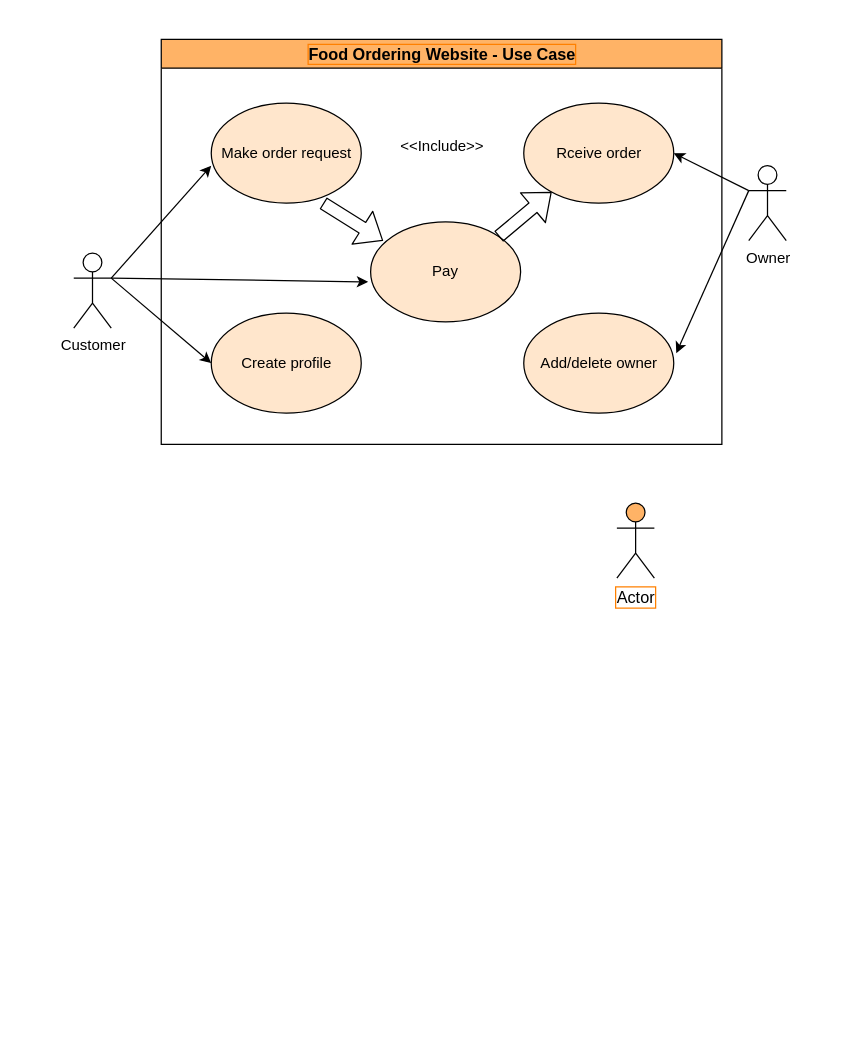
This is diagrams/Use Case diagram.drawio from Deep12345qe/Restauraunt-Website, a draw.io file, before an edit. Source tidied: cells renumbered, new cells numbered last; positions are measured from the earlier drawing's top-left corner, leaving out a move shared by most shapes. Both pictures are drawn from the tidied source at 125%, with x=0, y=0 at pixel (72, 39).
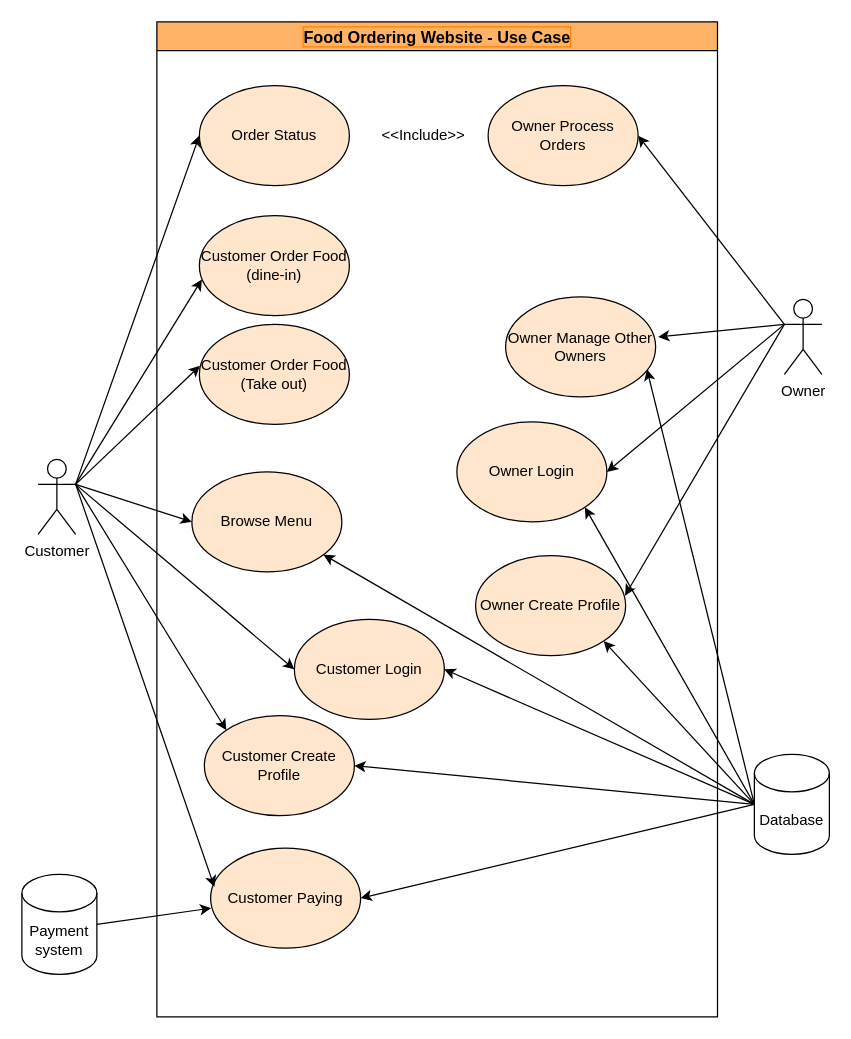
Above is the later version.

Diff of the diagram source:
```diff
@@
     <mxCell id="2" value="Customer" style="shape=umlActor;verticalLabelPosition=bottom;verticalAlign=top;outlineConnect=0;html=1;rounded=0;" parent="1" vertex="1">
-      <mxGeometry x="0.5" y="171" width="30" height="60" as="geometry" />
+      <mxGeometry x="-28" y="336" width="30" height="60" as="geometry" />
     </mxCell>
-    <mxCell id="3" value="Make order request" style="ellipse;whiteSpace=wrap;html=1;labelBackgroundColor=none;rounded=0;fillColor=#ffe6cc;strokeColor=default;" parent="1" vertex="1">
-      <mxGeometry x="110.5" y="51" width="120" height="80" as="geometry" />
-    </mxCell>
-    <mxCell id="4" value="Pay" style="ellipse;whiteSpace=wrap;html=1;labelBackgroundColor=none;rounded=0;fillColor=#ffe6cc;strokeColor=default;" parent="1" vertex="1">
-      <mxGeometry x="238" y="146" width="120" height="80" as="geometry" />
-    </mxCell>
-    <mxCell id="5" value="Create profile" style="ellipse;whiteSpace=wrap;html=1;labelBackgroundColor=none;rounded=0;fillColor=#ffe6cc;strokeColor=default;" parent="1" vertex="1">
-      <mxGeometry x="110.5" y="219" width="120" height="80" as="geometry" />
-    </mxCell>
-    <mxCell id="6" value="Rceive order" style="ellipse;whiteSpace=wrap;html=1;labelBackgroundColor=none;rounded=0;fillColor=#ffe6cc;strokeColor=default;" parent="1" vertex="1">
-      <mxGeometry x="360.5" y="51" width="120" height="80" as="geometry" />
-    </mxCell>
-    <mxCell id="7" value="Add/delete owner" style="ellipse;whiteSpace=wrap;html=1;labelBackgroundColor=none;rounded=0;fillColor=#ffe6cc;strokeColor=default;" parent="1" vertex="1">
-      <mxGeometry x="360.5" y="219" width="120" height="80" as="geometry" />
-    </mxCell>
     <mxCell id="8" value="Owner" style="shape=umlActor;verticalLabelPosition=bottom;verticalAlign=top;html=1;outlineConnect=0;rounded=0;" parent="1" vertex="1">
-      <mxGeometry x="540.5" y="101" width="30" height="60" as="geometry" />
+      <mxGeometry x="569" y="208" width="30" height="60" as="geometry" />
     </mxCell>
-    <mxCell id="9" style="endArrow=classic;html=1;rounded=0;exitX=1;exitY=0.3333333333333333;exitDx=0;exitDy=0;exitPerimeter=0;entryX=0;entryY=0.625;entryDx=0;entryDy=0;entryPerimeter=0;fontColor=#FF9933;" parent="1" edge="1" source="2" target="3">
+    <mxCell id="9" style="endArrow=classic;html=1;rounded=0;exitX=1;exitY=0.3333333333333333;exitDx=0;exitDy=0;exitPerimeter=0;entryX=0.017;entryY=0.638;entryDx=0;entryDy=0;fontColor=#FF9933;entryPerimeter=0;" parent="1" edge="1" source="2" target="3">
       <mxGeometry relative="1" as="geometry" />
     </mxCell>
-    <mxCell id="10" style="endArrow=classic;html=1;rounded=0;exitX=1;exitY=0.3333333333333333;exitDx=0;exitDy=0;exitPerimeter=0;entryX=-0.017;entryY=0.6;entryDx=0;entryDy=0;entryPerimeter=0;fontColor=#FF9933;" parent="1" edge="1" source="2" target="4">
+    <mxCell id="10" style="endArrow=classic;html=1;rounded=0;exitX=1;exitY=0.3333333333333333;exitDx=0;exitDy=0;exitPerimeter=0;entryX=0.004;entryY=0.413;entryDx=0;entryDy=0;fontColor=#FF9933;entryPerimeter=0;" parent="1" edge="1" source="2" target="4">
       <mxGeometry relative="1" as="geometry" />
     </mxCell>
-    <mxCell id="11" style="endArrow=classic;html=1;rounded=0;entryX=0;entryY=0.5;entryDx=0;entryDy=0;fontColor=#FF9933;exitX=1;exitY=0.3333333333333333;exitDx=0;exitDy=0;exitPerimeter=0;" parent="1" edge="1" source="2" target="5">
+    <mxCell id="11" style="endArrow=classic;html=1;rounded=0;entryX=0;entryY=0;entryDx=0;entryDy=0;fontColor=#FF9933;exitX=1;exitY=0.3333333333333333;exitDx=0;exitDy=0;exitPerimeter=0;" parent="1" edge="1" source="2" target="5">
       <mxGeometry relative="1" as="geometry" />
     </mxCell>
@@
+    <mxCell id="17" value="Food Ordering Website - Use Case" style="swimlane;labelBackgroundColor=none;labelBorderColor=#FF8000;strokeColor=default;fontSize=13;fontColor=#000000;fillColor=#FFB366;html=1;" parent="1" vertex="1">
+      <mxGeometry x="67" y="-14" width="448.5" height="796" as="geometry" />
+    </mxCell>
+    <mxCell id="4" value="Customer Order Food (Take out)" style="ellipse;whiteSpace=wrap;html=1;labelBackgroundColor=none;rounded=0;fillColor=#ffe6cc;strokeColor=default;" parent="17" vertex="1">
+      <mxGeometry x="34" y="242" width="120" height="80" as="geometry" />
+    </mxCell>
+    <mxCell id="3" value="Customer Order Food (dine-in)" style="ellipse;whiteSpace=wrap;html=1;labelBackgroundColor=none;rounded=0;fillColor=#ffe6cc;strokeColor=default;" parent="17" vertex="1">
+      <mxGeometry x="34" y="155" width="120" height="80" as="geometry" />
+    </mxCell>
+    <mxCell id="5" value="Customer Create Profile" style="ellipse;whiteSpace=wrap;html=1;labelBackgroundColor=none;rounded=0;fillColor=#ffe6cc;strokeColor=default;" parent="17" vertex="1">
+      <mxGeometry x="38" y="555" width="120" height="80" as="geometry" />
+    </mxCell>
+    <mxCell id="19" value="Customer Login" style="ellipse;whiteSpace=wrap;html=1;labelBackgroundColor=none;rounded=0;fillColor=#ffe6cc;strokeColor=default;" parent="17" vertex="1">
+      <mxGeometry x="110" y="478" width="120" height="80" as="geometry" />
+    </mxCell>
+    <mxCell id="20" value="Customer Paying" style="ellipse;whiteSpace=wrap;html=1;labelBackgroundColor=none;rounded=0;fillColor=#ffe6cc;strokeColor=default;" parent="17" vertex="1">
+      <mxGeometry x="43" y="661" width="120" height="80" as="geometry" />
+    </mxCell>
+    <mxCell id="21" value="Owner Login" style="ellipse;whiteSpace=wrap;html=1;labelBackgroundColor=none;rounded=0;fillColor=#ffe6cc;strokeColor=default;" parent="17" vertex="1">
+      <mxGeometry x="240" y="320" width="120" height="80" as="geometry" />
+    </mxCell>
+    <mxCell id="22" value="Owner Create Profile" style="ellipse;whiteSpace=wrap;html=1;labelBackgroundColor=none;rounded=0;fillColor=#ffe6cc;strokeColor=default;" parent="17" vertex="1">
+      <mxGeometry x="255" y="427" width="120" height="80" as="geometry" />
+    </mxCell>
+    <mxCell id="7" value="Owner Manage Other Owners" style="ellipse;whiteSpace=wrap;html=1;labelBackgroundColor=none;rounded=0;fillColor=#ffe6cc;strokeColor=default;" parent="17" vertex="1">
+      <mxGeometry x="279" y="220" width="120" height="80" as="geometry" />
+    </mxCell>
+    <mxCell id="6" value="Owner Process Orders" style="ellipse;whiteSpace=wrap;html=1;labelBackgroundColor=none;rounded=0;fillColor=#ffe6cc;strokeColor=default;" parent="17" vertex="1">
+      <mxGeometry x="265" y="51" width="120" height="80" as="geometry" />
+    </mxCell>
+    <mxCell id="23" value="Order Status" style="ellipse;whiteSpace=wrap;html=1;labelBackgroundColor=none;rounded=0;fillColor=#ffe6cc;strokeColor=default;" parent="17" vertex="1">
+      <mxGeometry x="34" y="51" width="120" height="80" as="geometry" />
+    </mxCell>
+    <mxCell id="24" value="Browse Menu" style="ellipse;whiteSpace=wrap;html=1;labelBackgroundColor=none;rounded=0;fillColor=#ffe6cc;strokeColor=default;" parent="17" vertex="1">
+      <mxGeometry x="28" y="360" width="120" height="80" as="geometry" />
+    </mxCell>
-    <mxCell id="14" value="&amp;lt;&amp;lt;Include&amp;gt;&amp;gt;" style="text;html=1;align=center;verticalAlign=middle;strokeColor=none;fillColor=none;rounded=0;" parent="1" vertex="1">
-      <mxGeometry x="250" y="71" width="90" height="30" as="geometry" />
+    <mxCell id="14" value="&amp;lt;&amp;lt;Include&amp;gt;&amp;gt;" style="text;html=1;align=center;verticalAlign=middle;strokeColor=none;fillColor=none;rounded=0;" parent="17" vertex="1">
+      <mxGeometry x="168" y="76" width="90" height="30" as="geometry" />
     </mxCell>
-    <mxCell id="15" style="shape=flexArrow;endArrow=classic;html=1;fontSize=13;fontColor=#000000;exitX=0.746;exitY=1;exitDx=0;exitDy=0;exitPerimeter=0;entryX=0.083;entryY=0.188;entryDx=0;entryDy=0;entryPerimeter=0;" parent="1" edge="1" source="3" target="4">
-      <mxGeometry relative="1" as="geometry" />
-    </mxCell>
-    <mxCell id="16" style="shape=flexArrow;endArrow=classic;html=1;fontSize=13;fontColor=#000000;exitX=1;exitY=0;exitDx=0;exitDy=0;" parent="1" edge="1" source="4" target="6">
-      <mxGeometry relative="1" as="geometry" />
-    </mxCell>
-    <mxCell id="17" value="Food Ordering Website - Use Case" style="swimlane;labelBackgroundColor=none;labelBorderColor=#FF8000;strokeColor=default;fontSize=13;fontColor=#000000;fillColor=#FFB366;html=1;" parent="1" vertex="1">
-      <mxGeometry x="70.5" width="448.5" height="324" as="geometry" />
-    </mxCell>
-    <mxCell id="18" value="Actor" style="shape=umlActor;verticalLabelPosition=bottom;verticalAlign=top;html=1;labelBackgroundColor=none;labelBorderColor=#FF8000;strokeColor=default;fontSize=13;fontColor=#000000;fillColor=#FFB366;" parent="1" vertex="1">
-      <mxGeometry x="435" y="371" width="30" height="60" as="geometry" />
-    </mxCell>
+    <mxCell id="25" value="Database" style="shape=cylinder3;whiteSpace=wrap;html=1;boundedLbl=1;backgroundOutline=1;size=15;" parent="1" vertex="1">
+      <mxGeometry x="545" y="572" width="60" height="80" as="geometry" />
+    </mxCell>
+    <mxCell id="26" value="Payment system" style="shape=cylinder3;whiteSpace=wrap;html=1;boundedLbl=1;backgroundOutline=1;size=15;" parent="1" vertex="1">
+      <mxGeometry x="-41" y="668" width="60" height="80" as="geometry" />
+    </mxCell>
+    <mxCell id="27" style="endArrow=classic;html=1;rounded=0;entryX=0;entryY=0.5;entryDx=0;entryDy=0;exitX=1;exitY=0.3333333333333333;exitDx=0;exitDy=0;exitPerimeter=0;" parent="1" edge="1" source="2" target="19">
+      <mxGeometry relative="1" as="geometry" />
+    </mxCell>
+    <mxCell id="28" style="endArrow=classic;html=1;rounded=0;exitX=1;exitY=0.5;exitDx=0;exitDy=0;exitPerimeter=0;entryX=0.004;entryY=0.6;entryDx=0;entryDy=0;entryPerimeter=0;" parent="1" edge="1" source="26" target="20">
+      <mxGeometry relative="1" as="geometry" />
+    </mxCell>
+    <mxCell id="29" style="endArrow=classic;html=1;rounded=0;entryX=0;entryY=0.5;entryDx=0;entryDy=0;exitX=1;exitY=0.3333333333333333;exitDx=0;exitDy=0;exitPerimeter=0;" parent="1" edge="1" source="2" target="24">
+      <mxGeometry relative="1" as="geometry" />
+    </mxCell>
+    <mxCell id="30" style="endArrow=classic;html=1;rounded=0;exitX=0;exitY=0.3333333333333333;exitDx=0;exitDy=0;exitPerimeter=0;entryX=1;entryY=0.5;entryDx=0;entryDy=0;" parent="1" edge="1" source="8" target="21">
+      <mxGeometry relative="1" as="geometry" />
+    </mxCell>
+    <mxCell id="31" style="endArrow=classic;html=1;rounded=0;entryX=0.996;entryY=0.4;entryDx=0;entryDy=0;entryPerimeter=0;exitX=0;exitY=0.3333333333333333;exitDx=0;exitDy=0;exitPerimeter=0;" parent="1" edge="1" source="8" target="22">
+      <mxGeometry relative="1" as="geometry" />
+    </mxCell>
+    <mxCell id="32" style="endArrow=classic;html=1;rounded=0;entryX=0;entryY=0.5;entryDx=0;entryDy=0;exitX=1;exitY=0.3333333333333333;exitDx=0;exitDy=0;exitPerimeter=0;" parent="1" edge="1" source="2" target="23">
+      <mxGeometry relative="1" as="geometry" />
+    </mxCell>
+    <mxCell id="33" style="endArrow=classic;html=1;rounded=0;entryX=0.025;entryY=0.388;entryDx=0;entryDy=0;exitX=1;exitY=0.3333333333333333;exitDx=0;exitDy=0;exitPerimeter=0;entryPerimeter=0;" parent="1" edge="1" source="2" target="20">
+      <mxGeometry relative="1" as="geometry" />
+    </mxCell>
+    <mxCell id="34" style="endArrow=classic;html=1;rounded=0;exitX=0;exitY=0.5;exitDx=0;exitDy=0;exitPerimeter=0;entryX=1;entryY=0.5;entryDx=0;entryDy=0;" parent="1" edge="1" source="25" target="20">
+      <mxGeometry relative="1" as="geometry" />
+    </mxCell>
+    <mxCell id="35" style="endArrow=classic;html=1;rounded=0;exitX=0;exitY=0.5;exitDx=0;exitDy=0;exitPerimeter=0;" parent="1" edge="1" source="25" target="24">
+      <mxGeometry relative="1" as="geometry" />
+    </mxCell>
+    <mxCell id="36" style="endArrow=classic;html=1;rounded=0;exitX=0;exitY=0.5;exitDx=0;exitDy=0;exitPerimeter=0;entryX=1;entryY=0.5;entryDx=0;entryDy=0;" parent="1" edge="1" source="25" target="19">
+      <mxGeometry relative="1" as="geometry" />
+    </mxCell>
+    <mxCell id="37" style="endArrow=classic;html=1;rounded=0;exitX=0;exitY=0.5;exitDx=0;exitDy=0;exitPerimeter=0;entryX=1;entryY=0.5;entryDx=0;entryDy=0;" parent="1" edge="1" source="25" target="5">
+      <mxGeometry relative="1" as="geometry" />
+    </mxCell>
+    <mxCell id="38" style="endArrow=classic;html=1;rounded=0;exitX=0;exitY=0.5;exitDx=0;exitDy=0;exitPerimeter=0;entryX=1;entryY=1;entryDx=0;entryDy=0;" parent="1" edge="1" source="25" target="22">
+      <mxGeometry relative="1" as="geometry" />
+    </mxCell>
+    <mxCell id="39" style="endArrow=classic;html=1;rounded=0;exitX=0;exitY=0.5;exitDx=0;exitDy=0;exitPerimeter=0;entryX=1;entryY=1;entryDx=0;entryDy=0;" parent="1" edge="1" source="25" target="21">
+      <mxGeometry relative="1" as="geometry" />
+    </mxCell>
+    <mxCell id="40" style="endArrow=classic;html=1;rounded=0;entryX=0.942;entryY=0.725;entryDx=0;entryDy=0;entryPerimeter=0;exitX=0;exitY=0.5;exitDx=0;exitDy=0;exitPerimeter=0;" parent="1" edge="1" source="25" target="7">
+      <mxGeometry relative="1" as="geometry" />
+    </mxCell>
```
